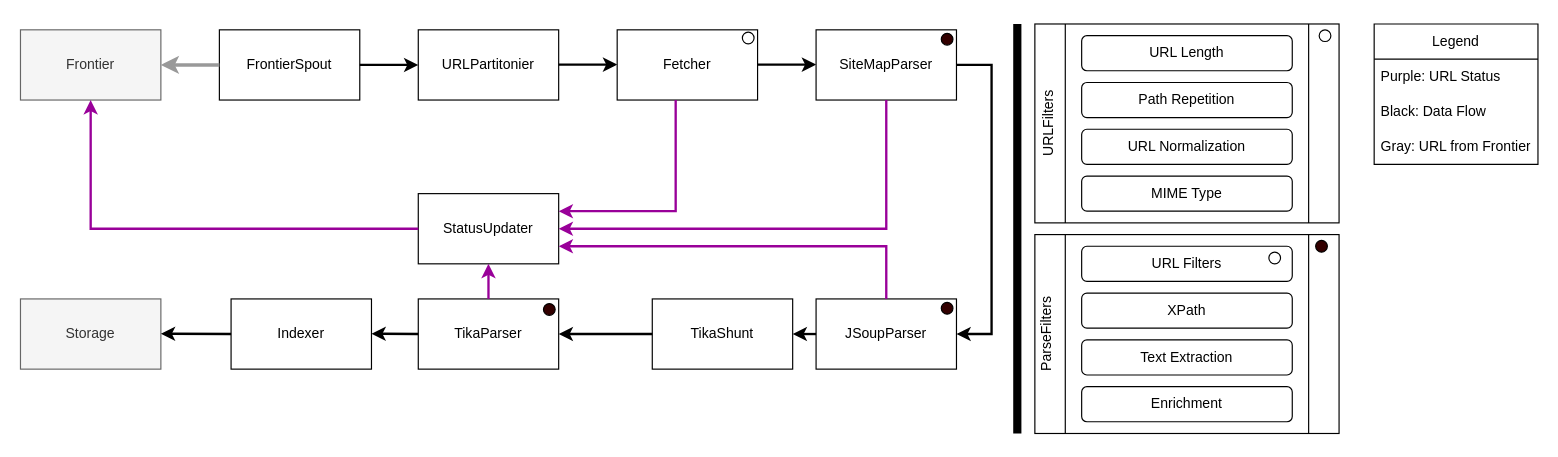
Above: docs/src/main/asciidoc/images/stormcrawler.drawio in apache/stormcrawler (draw.io), before the change. Source tidied: cells renumbered, new cells numbered last; positions are measured from the earlier drawing's top-left corner, leaving out a move shared by most shapes. Both pictures are drawn from the tidied source at 117%, with x=0, y=0 at pixel (20, 23).
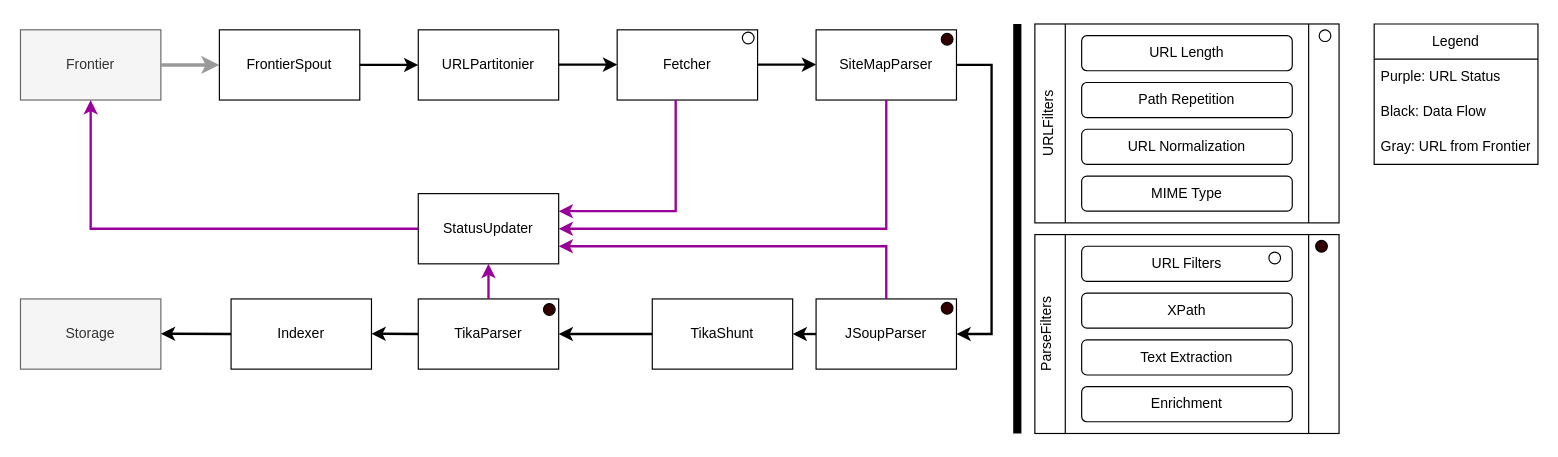
The same page after the edit.

Unchanged cells that the change refers to:
```xml
<mxCell id="2" value="FrontierSpout" style="rounded=0;whiteSpace=wrap;html=1;" parent="1" vertex="1">
  <mxGeometry x="170" y="5" width="120" height="60" as="geometry" />
</mxCell>
<mxCell id="3" value="Frontier" style="rounded=0;whiteSpace=wrap;html=1;fillColor=#f5f5f5;strokeColor=#666666;fontColor=#333333;" parent="1" vertex="1">
  <mxGeometry y="5" width="120" height="60" as="geometry" />
</mxCell>
```

What changed in the source:
```diff
@@
-    <mxCell id="12" style="endArrow=classic;html=1;rounded=0;entryX=1;entryY=0.5;entryDx=0;entryDy=0;exitX=0;exitY=0.5;exitDx=0;exitDy=0;strokeWidth=3;strokeColor=#999999;" parent="1" edge="1" source="2" target="3">
+    <mxCell id="12" style="endArrow=classic;html=1;rounded=0;exitX=1;exitY=0.5;exitDx=0;exitDy=0;strokeWidth=3;strokeColor=#999999;entryX=0;entryY=0.5;entryDx=0;entryDy=0;" parent="1" edge="1" source="3" target="2">
       <mxGeometry relative="1" as="geometry">
         <Array as="points">
           <mxPoint x="150" y="35" />
         </Array>
       </mxGeometry>
     </mxCell>
```
